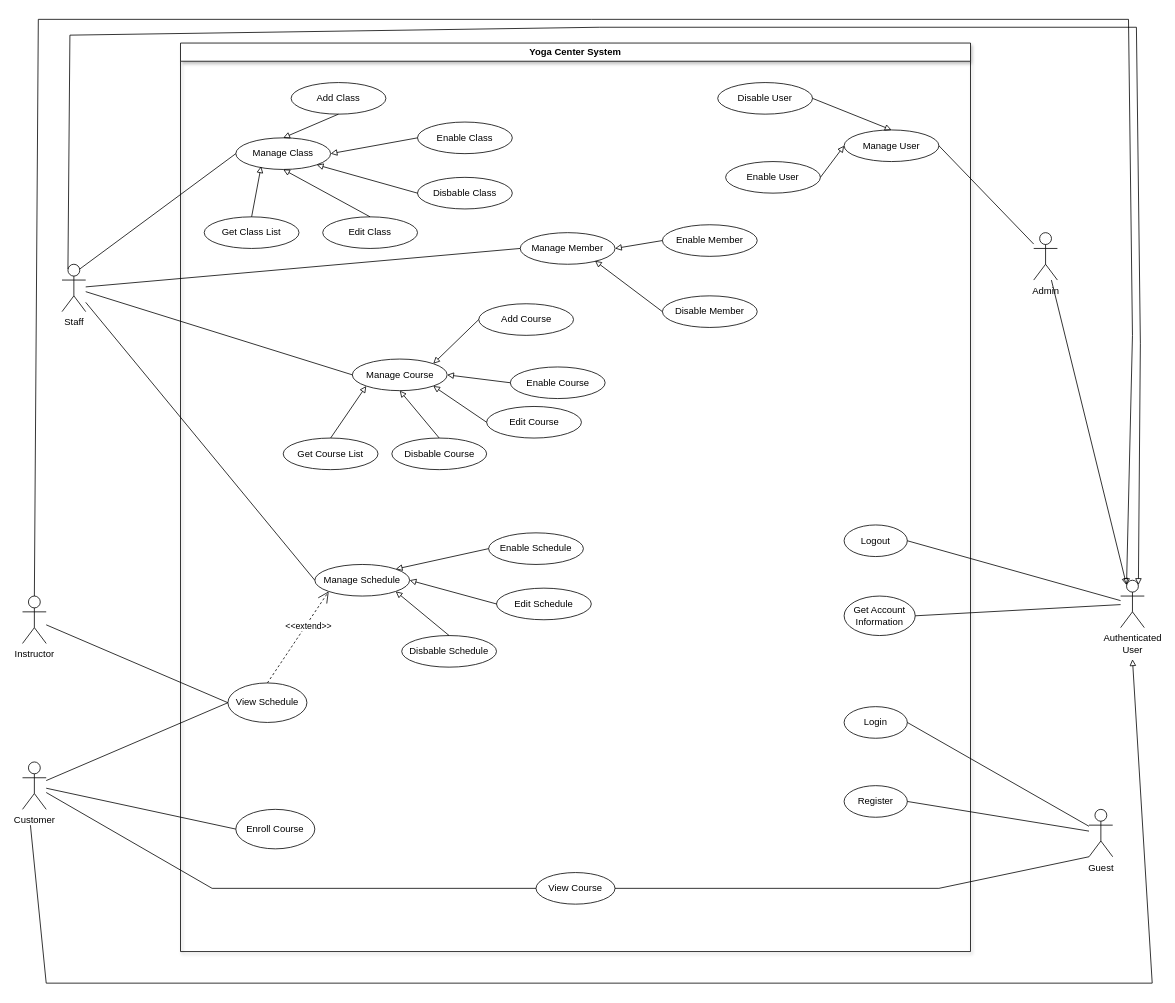
Earlier version of the draw.io diagram page "SWR1" (4 of 4) of Untitled Diagram.drawio (minhng-178/web-starter-projects). Source tidied: cells renumbered, new cells numbered last; positions are measured from the earlier drawing's top-left corner, leaving out a move shared by most shapes. Both pictures are drawn from the tidied source at 79%, with x=0, y=0 at pixel (22, 19).
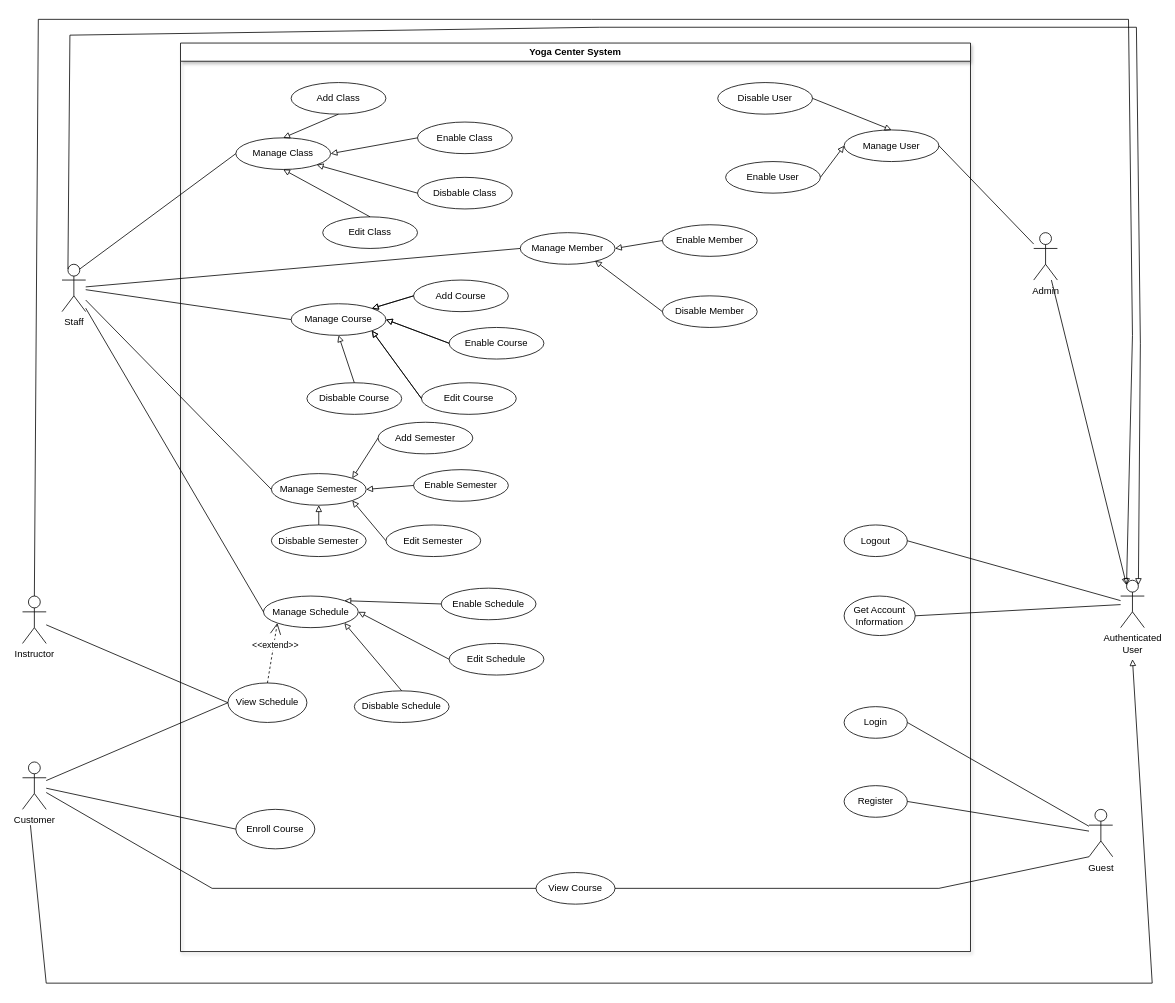
The same page after the edit.

Unchanged cells that the change refers to:
```xml
<mxCell id="2" value="Yoga Center System" style="swimlane;whiteSpace=wrap;html=1;shadow=1;fontStyle=1;" parent="1" vertex="1">
  <mxGeometry x="200" y="30" width="1000" height="1150" as="geometry" />
</mxCell>
<mxCell id="8" value="Manage Class" style="ellipse;whiteSpace=wrap;html=1;" parent="2" vertex="1">
  <mxGeometry x="70" y="120" width="120" height="40" as="geometry" />
</mxCell>
<mxCell id="68" value="Staff" style="shape=umlActor;verticalLabelPosition=bottom;verticalAlign=top;html=1;outlineConnect=0;" parent="1" vertex="1">
  <mxGeometry x="50" y="310" width="30" height="60" as="geometry" />
</mxCell>
```

The edit, as a diff of the source:
```diff
@@
     <mxCell id="13" value="Manage Course" style="ellipse;whiteSpace=wrap;html=1;" parent="2" vertex="1">
-      <mxGeometry x="217.5" y="400" width="120" height="40" as="geometry" />
+      <mxGeometry x="140" y="330" width="120" height="40" as="geometry" />
     </mxCell>
@@
     <mxCell id="18" value="Add Course" style="ellipse;whiteSpace=wrap;html=1;" parent="2" vertex="1">
-      <mxGeometry x="377.5" y="330" width="120" height="40" as="geometry" />
+      <mxGeometry x="295" y="300" width="120" height="40" as="geometry" />
     </mxCell>
     <mxCell id="19" value="Enable Course" style="ellipse;whiteSpace=wrap;html=1;" parent="2" vertex="1">
-      <mxGeometry x="417.5" y="410" width="120" height="40" as="geometry" />
+      <mxGeometry x="340" y="360" width="120" height="40" as="geometry" />
     </mxCell>
@@
     <mxCell id="22" value="Disbable Course" style="ellipse;whiteSpace=wrap;html=1;" parent="2" vertex="1">
-      <mxGeometry x="267.5" y="500" width="120" height="40" as="geometry" />
+      <mxGeometry x="160" y="430" width="120" height="40" as="geometry" />
     </mxCell>
     <mxCell id="23" value="Edit Course" style="ellipse;whiteSpace=wrap;html=1;" parent="2" vertex="1">
-      <mxGeometry x="387.5" y="460" width="120" height="40" as="geometry" />
+      <mxGeometry x="305" y="430" width="120" height="40" as="geometry" />
     </mxCell>
@@
     <mxCell id="34" value="Enable Schedule" style="ellipse;whiteSpace=wrap;html=1;" parent="2" vertex="1">
-      <mxGeometry x="390" y="620" width="120" height="40" as="geometry" />
+      <mxGeometry x="330" y="690" width="120" height="40" as="geometry" />
     </mxCell>
@@
     <mxCell id="36" value="Disbable Schedule" style="ellipse;whiteSpace=wrap;html=1;" parent="2" vertex="1">
-      <mxGeometry x="280" y="750" width="120" height="40" as="geometry" />
+      <mxGeometry x="220" y="820" width="120" height="40" as="geometry" />
     </mxCell>
     <mxCell id="37" value="Edit Schedule" style="ellipse;whiteSpace=wrap;html=1;" parent="2" vertex="1">
-      <mxGeometry x="400" y="690" width="120" height="40" as="geometry" />
+      <mxGeometry x="340" y="760" width="120" height="40" as="geometry" />
     </mxCell>
@@
     <mxCell id="40" value="Manage Schedule" style="ellipse;whiteSpace=wrap;html=1;" parent="2" vertex="1">
-      <mxGeometry x="170" y="660" width="120" height="40" as="geometry" />
+      <mxGeometry x="105" y="700" width="120" height="40" as="geometry" />
     </mxCell>
@@
-    <mxCell id="46" value="Get Class List" style="ellipse;whiteSpace=wrap;html=1;" parent="2" vertex="1">
-      <mxGeometry x="30" y="220" width="120" height="40" as="geometry" />
-    </mxCell>
-    <mxCell id="47" style="endArrow=block;html=1;rounded=0;endFill=0;exitX=0.5;exitY=0;exitDx=0;exitDy=0;entryX=0.267;entryY=0.9;entryDx=0;entryDy=0;entryPerimeter=0;" parent="2" edge="1" source="46" target="8">
-      <mxGeometry relative="1" as="geometry" />
-    </mxCell>
-    <mxCell id="48" value="Get Course List" style="ellipse;whiteSpace=wrap;html=1;" parent="2" vertex="1">
-      <mxGeometry x="130" y="500" width="120" height="40" as="geometry" />
-    </mxCell>
-    <mxCell id="49" style="endArrow=block;html=1;rounded=0;endFill=0;exitX=0.5;exitY=0;exitDx=0;exitDy=0;entryX=0;entryY=1;entryDx=0;entryDy=0;" parent="2" edge="1" source="48" target="13">
-      <mxGeometry relative="1" as="geometry" />
-    </mxCell>
@@
+    <mxCell id="75" value="Manage Semester" style="ellipse;whiteSpace=wrap;html=1;" parent="2" vertex="1">
+      <mxGeometry x="115" y="545" width="120" height="40" as="geometry" />
+    </mxCell>
+    <mxCell id="76" value="Add Semester" style="ellipse;whiteSpace=wrap;html=1;" parent="2" vertex="1">
+      <mxGeometry x="250" y="480" width="120" height="40" as="geometry" />
+    </mxCell>
+    <mxCell id="77" value="Enable Semester" style="ellipse;whiteSpace=wrap;html=1;" parent="2" vertex="1">
+      <mxGeometry x="295" y="540" width="120" height="40" as="geometry" />
+    </mxCell>
+    <mxCell id="78" value="Disbable Semester" style="ellipse;whiteSpace=wrap;html=1;" parent="2" vertex="1">
+      <mxGeometry x="115" y="610" width="120" height="40" as="geometry" />
+    </mxCell>
+    <mxCell id="79" value="Edit Semester" style="ellipse;whiteSpace=wrap;html=1;" parent="2" vertex="1">
+      <mxGeometry x="260" y="610" width="120" height="40" as="geometry" />
+    </mxCell>
+    <mxCell id="80" style="endArrow=block;html=1;rounded=0;entryX=1;entryY=0;entryDx=0;entryDy=0;endFill=0;exitX=0;exitY=0.5;exitDx=0;exitDy=0;" parent="2" edge="1">
+      <mxGeometry relative="1" as="geometry">
+        <mxPoint x="295" y="320" as="sourcePoint" />
+        <mxPoint x="242" y="336" as="targetPoint" />
+      </mxGeometry>
+    </mxCell>
+    <mxCell id="81" style="endArrow=block;html=1;rounded=0;entryX=1;entryY=0.5;entryDx=0;entryDy=0;endFill=0;exitX=0;exitY=0.5;exitDx=0;exitDy=0;" parent="2" edge="1">
+      <mxGeometry relative="1" as="geometry">
+        <mxPoint x="340" y="380" as="sourcePoint" />
+        <mxPoint x="260" y="350" as="targetPoint" />
+      </mxGeometry>
+    </mxCell>
+    <mxCell id="82" style="endArrow=block;html=1;rounded=0;entryX=1;entryY=1;entryDx=0;entryDy=0;endFill=0;exitX=0;exitY=0.5;exitDx=0;exitDy=0;" parent="2" edge="1">
+      <mxGeometry relative="1" as="geometry">
+        <mxPoint x="305" y="450" as="sourcePoint" />
+        <mxPoint x="242" y="364" as="targetPoint" />
+      </mxGeometry>
+    </mxCell>
+    <mxCell id="83" style="endArrow=block;html=1;rounded=0;entryX=0.5;entryY=1;entryDx=0;entryDy=0;endFill=0;exitX=0.5;exitY=0;exitDx=0;exitDy=0;" parent="2" edge="1" source="78" target="75">
+      <mxGeometry relative="1" as="geometry" />
+    </mxCell>
+    <mxCell id="84" style="endArrow=block;html=1;rounded=0;entryX=1;entryY=0;entryDx=0;entryDy=0;endFill=0;exitX=0;exitY=0.5;exitDx=0;exitDy=0;" parent="2" edge="1" source="76" target="75">
+      <mxGeometry relative="1" as="geometry" />
+    </mxCell>
+    <mxCell id="85" style="endArrow=block;html=1;rounded=0;entryX=1;entryY=0.5;entryDx=0;entryDy=0;endFill=0;exitX=0;exitY=0.5;exitDx=0;exitDy=0;" parent="2" edge="1" source="77" target="75">
+      <mxGeometry relative="1" as="geometry" />
+    </mxCell>
+    <mxCell id="86" style="endArrow=block;html=1;rounded=0;entryX=1;entryY=1;entryDx=0;entryDy=0;endFill=0;exitX=0;exitY=0.5;exitDx=0;exitDy=0;" parent="2" edge="1" source="79" target="75">
+      <mxGeometry relative="1" as="geometry" />
+    </mxCell>
@@
+    <mxCell id="87" style="endArrow=none;html=1;rounded=0;entryX=0;entryY=0.5;entryDx=0;entryDy=0;" parent="1" edge="1" source="68" target="75">
+      <mxGeometry relative="1" as="geometry" />
+    </mxCell>
```
